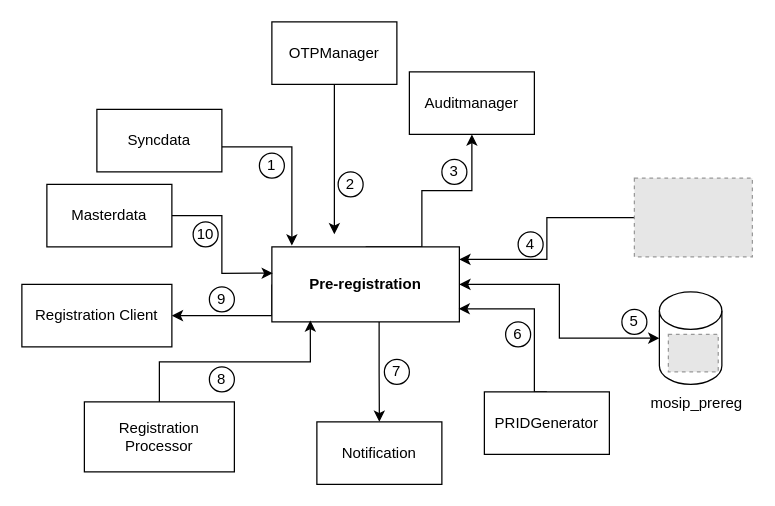
Before: docs/_images/pre-reg-entity.drawio in mosip/documentation, a draw.io diagram. Source tidied: cells renumbered, new cells numbered last; positions are measured from the earlier drawing's top-left corner, leaving out a move shared by most shapes. Both pictures are drawn from the tidied source at 125%, with x=0, y=0 at pixel (21, 21). Pictures stored in the file or linked from it are replaced by grey dashed boxes.
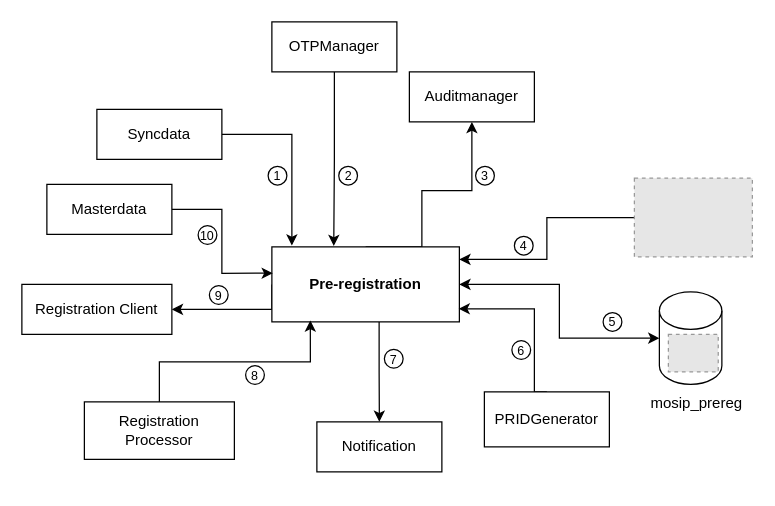
The same page after the edit.

Unchanged cells that the change refers to:
```xml
<mxCell id="6" value="&lt;b&gt;Pre-registration&lt;/b&gt;" style="rounded=0;whiteSpace=wrap;html=1;" parent="1" vertex="1">
  <mxGeometry x="200" y="180" width="150" height="60" as="geometry" />
</mxCell>
```

Diff of the diagram source:
```diff
@@
     <mxCell id="4" style="edgeStyle=orthogonalEdgeStyle;rounded=0;jettySize=auto;html=1;entryX=1;entryY=0.5;entryDx=0;entryDy=0;startArrow=none;startFill=0;exitX=0;exitY=0.5;exitDx=0;exitDy=0;" parent="1" edge="1" source="6" target="19">
       <mxGeometry relative="1" as="geometry">
         <Array as="points">
-          <mxPoint x="200" y="235" />
+          <mxPoint x="200" y="230" />
         </Array>
       </mxGeometry>
     </mxCell>
@@
-    <mxCell id="7" style="edgeStyle=orthogonalEdgeStyle;rounded=0;jettySize=auto;html=1;exitX=0.5;exitY=1;exitDx=0;exitDy=0;" parent="1" edge="1" source="8">
-      <mxGeometry relative="1" as="geometry">
-        <mxPoint x="250" y="170" as="targetPoint" />
-      </mxGeometry>
+    <mxCell id="7" style="edgeStyle=orthogonalEdgeStyle;rounded=0;jettySize=auto;html=1;exitX=0.5;exitY=1;exitDx=0;exitDy=0;entryX=0.33;entryY=-0.012;entryDx=0;entryDy=0;entryPerimeter=0;" parent="1" edge="1" source="8" target="6">
+      <mxGeometry relative="1" as="geometry" />
     </mxCell>
     <mxCell id="8" value="OTPManager" style="rounded=0;whiteSpace=wrap;html=1;" parent="1" vertex="1">
-      <mxGeometry x="200" width="100" height="50" as="geometry" />
+      <mxGeometry x="200" width="100" height="40" as="geometry" />
     </mxCell>
     <mxCell id="9" style="edgeStyle=orthogonalEdgeStyle;rounded=0;jettySize=auto;html=1;startArrow=none;startFill=0;" parent="1" edge="1" source="10">
       <mxGeometry relative="1" as="geometry">
         <mxPoint x="216" y="179" as="targetPoint" />
         <Array as="points">
-          <mxPoint x="216" y="100" />
+          <mxPoint x="216" y="90" />
         </Array>
       </mxGeometry>
     </mxCell>
     <mxCell id="10" value="Syncdata" style="rounded=0;whiteSpace=wrap;html=1;" parent="1" vertex="1">
-      <mxGeometry x="60" y="70" width="100" height="50" as="geometry" />
+      <mxGeometry x="60" y="70" width="100" height="40" as="geometry" />
     </mxCell>
     <mxCell id="11" value="Notification" style="rounded=0;whiteSpace=wrap;html=1;" parent="1" vertex="1">
-      <mxGeometry x="236" y="320" width="100" height="50" as="geometry" />
+      <mxGeometry x="236" y="320" width="100" height="40" as="geometry" />
     </mxCell>
@@
     <mxCell id="13" value="Masterdata" style="rounded=0;whiteSpace=wrap;html=1;" parent="1" vertex="1">
-      <mxGeometry x="20" y="130" width="100" height="50" as="geometry" />
+      <mxGeometry x="20" y="130" width="100" height="40" as="geometry" />
     </mxCell>
@@
     <mxCell id="15" value="PRIDGenerator" style="rounded=0;whiteSpace=wrap;html=1;" parent="1" vertex="1">
-      <mxGeometry x="370" y="296" width="100" height="50" as="geometry" />
+      <mxGeometry x="370" y="296" width="100" height="44" as="geometry" />
     </mxCell>
     <mxCell id="16" value="Auditmanager" style="rounded=0;whiteSpace=wrap;html=1;" parent="1" vertex="1">
-      <mxGeometry x="310" y="40" width="100" height="50" as="geometry" />
+      <mxGeometry x="310" y="40" width="100" height="40" as="geometry" />
     </mxCell>
@@
     <mxCell id="18" value="Registration Processor" style="rounded=0;whiteSpace=wrap;html=1;" parent="1" vertex="1">
-      <mxGeometry x="50" y="304" width="120" height="56" as="geometry" />
+      <mxGeometry x="50" y="304" width="120" height="46" as="geometry" />
     </mxCell>
     <mxCell id="19" value="Registration Client" style="rounded=0;whiteSpace=wrap;html=1;" parent="1" vertex="1">
-      <mxGeometry y="210" width="120" height="50" as="geometry" />
+      <mxGeometry y="210" width="120" height="40" as="geometry" />
     </mxCell>
-    <mxCell id="20" value="1" style="ellipse;whiteSpace=wrap;html=1;" parent="1" vertex="1">
-      <mxGeometry x="190" y="105" width="20" height="20" as="geometry" />
-    </mxCell>
-    <mxCell id="21" value="2" style="ellipse;whiteSpace=wrap;html=1;" parent="1" vertex="1">
-      <mxGeometry x="253" y="120" width="20" height="20" as="geometry" />
-    </mxCell>
-    <mxCell id="22" value="3" style="ellipse;whiteSpace=wrap;html=1;" parent="1" vertex="1">
-      <mxGeometry x="336" y="110" width="20" height="20" as="geometry" />
-    </mxCell>
-    <mxCell id="23" value="5" style="ellipse;whiteSpace=wrap;html=1;" parent="1" vertex="1">
-      <mxGeometry x="480" y="230" width="20" height="20" as="geometry" />
-    </mxCell>
-    <mxCell id="24" value="6" style="ellipse;whiteSpace=wrap;html=1;" parent="1" vertex="1">
-      <mxGeometry x="387" y="240" width="20" height="20" as="geometry" />
-    </mxCell>
-    <mxCell id="25" value="7" style="ellipse;whiteSpace=wrap;html=1;" parent="1" vertex="1">
-      <mxGeometry x="290" y="270" width="20" height="20" as="geometry" />
-    </mxCell>
-    <mxCell id="26" value="8" style="ellipse;whiteSpace=wrap;html=1;" parent="1" vertex="1">
-      <mxGeometry x="150" y="276" width="20" height="20" as="geometry" />
-    </mxCell>
-    <mxCell id="27" value="9" style="ellipse;whiteSpace=wrap;html=1;" parent="1" vertex="1">
-      <mxGeometry x="150" y="212" width="20" height="20" as="geometry" />
+    <mxCell id="27" value="9" style="ellipse;whiteSpace=wrap;html=1;fontSize=10;" parent="1" vertex="1">
+      <mxGeometry x="150" y="211" width="15" height="15" as="geometry" />
     </mxCell>
-    <mxCell id="28" value="10" style="ellipse;whiteSpace=wrap;html=1;" parent="1" vertex="1">
-      <mxGeometry x="137" y="160" width="20" height="20" as="geometry" />
-    </mxCell>
@@
+    <mxCell id="28" value="10" style="ellipse;whiteSpace=wrap;html=1;fontSize=10;" parent="1" vertex="1">
+      <mxGeometry x="141" y="163" width="15" height="15" as="geometry" />
+    </mxCell>
+    <mxCell id="20" value="1" style="ellipse;whiteSpace=wrap;html=1;fontSize=10;" parent="1" vertex="1">
+      <mxGeometry x="197" y="115.5" width="15" height="15" as="geometry" />
+    </mxCell>
+    <mxCell id="21" value="2" style="ellipse;whiteSpace=wrap;html=1;fontSize=10;" parent="1" vertex="1">
+      <mxGeometry x="253.5" y="115.5" width="15" height="15" as="geometry" />
+    </mxCell>
+    <mxCell id="22" value="3" style="ellipse;whiteSpace=wrap;html=1;fontSize=10;" parent="1" vertex="1">
+      <mxGeometry x="363" y="115.5" width="15" height="15" as="geometry" />
+    </mxCell>
-    <mxCell id="35" value="4" style="ellipse;whiteSpace=wrap;html=1;" parent="1" vertex="1">
-      <mxGeometry x="397" y="168" width="20" height="20" as="geometry" />
+    <mxCell id="35" value="4" style="ellipse;whiteSpace=wrap;html=1;fontSize=10;" parent="1" vertex="1">
+      <mxGeometry x="394" y="171.5" width="15" height="15" as="geometry" />
     </mxCell>
+    <mxCell id="23" value="5" style="ellipse;whiteSpace=wrap;html=1;fontSize=10;" parent="1" vertex="1">
+      <mxGeometry x="465" y="232.5" width="15" height="15" as="geometry" />
+    </mxCell>
+    <mxCell id="24" value="6" style="ellipse;whiteSpace=wrap;html=1;fontSize=10;" parent="1" vertex="1">
+      <mxGeometry x="392" y="255" width="15" height="15" as="geometry" />
+    </mxCell>
+    <mxCell id="25" value="7" style="ellipse;whiteSpace=wrap;html=1;fontSize=10;" parent="1" vertex="1">
+      <mxGeometry x="290" y="262" width="15" height="15" as="geometry" />
+    </mxCell>
+    <mxCell id="26" value="8" style="ellipse;whiteSpace=wrap;html=1;fontSize=10;" parent="1" vertex="1">
+      <mxGeometry x="179" y="275" width="15" height="15" as="geometry" />
+    </mxCell>
```
